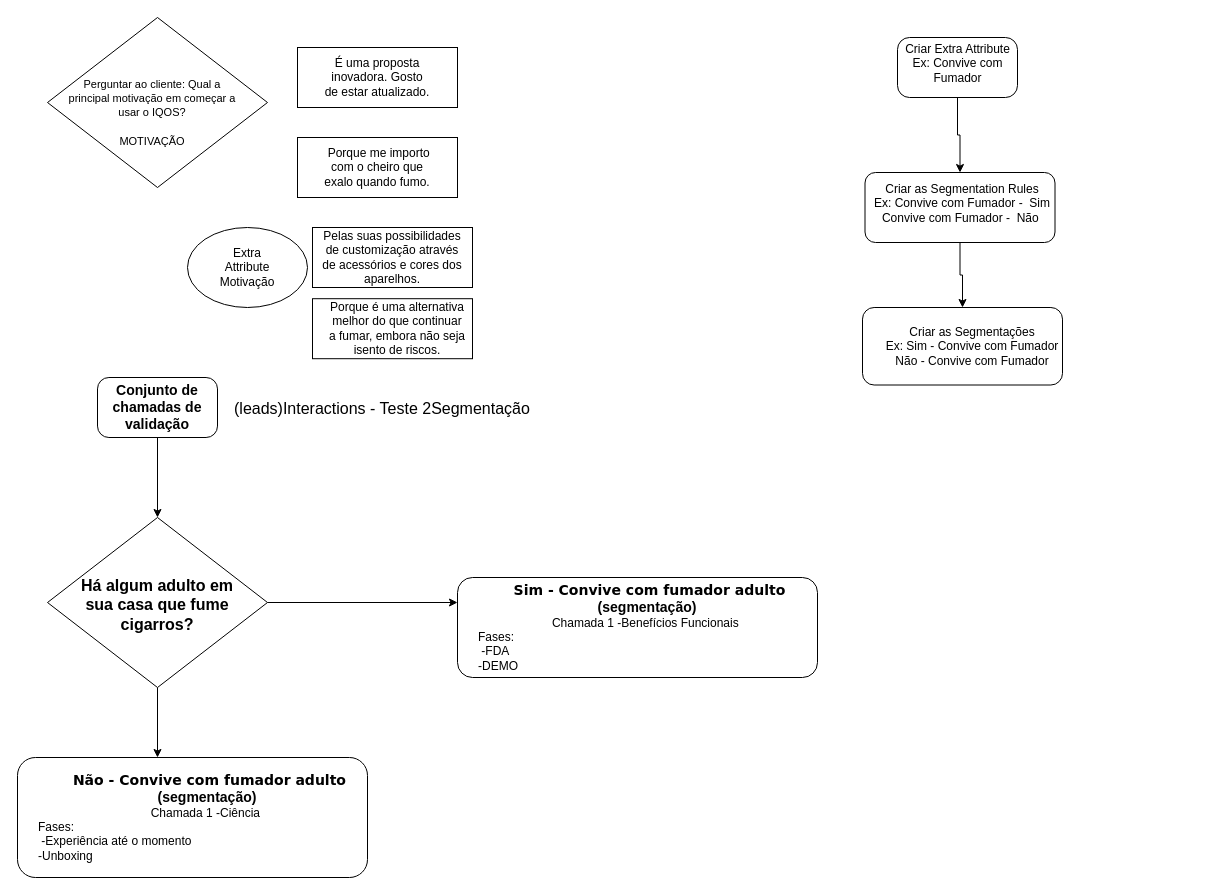
Earlier version of the draw.io diagram Untitled Diagram.drawio (hortencialves/gitparainiciantes). Source tidied: cells renumbered, new cells numbered last; positions are measured from the earlier drawing's top-left corner, leaving out a move shared by most shapes. Both pictures are drawn from the tidied source at 100%, with x=0, y=0 at pixel (17, 17).
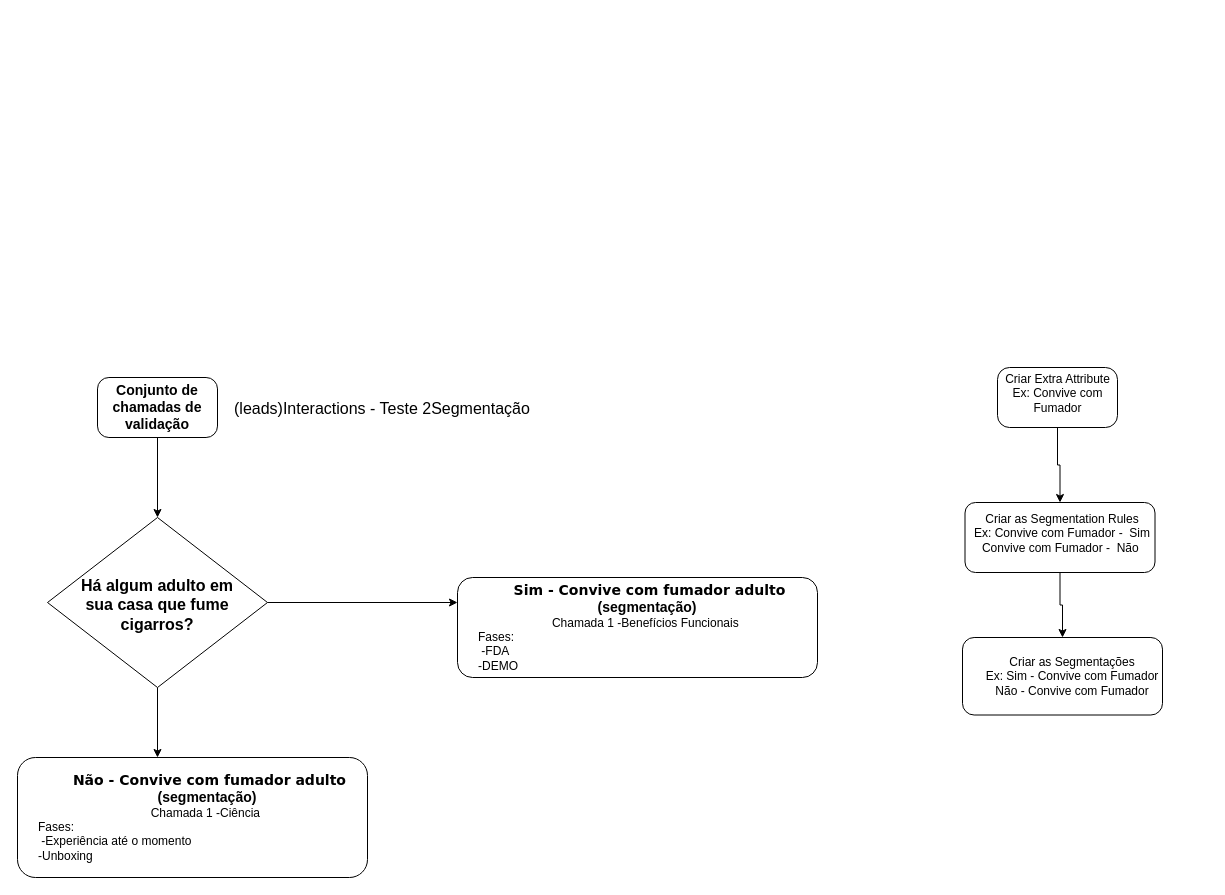
Above is the later version.

Change to the diagram source:
```diff
@@
-    <mxCell id="4" style="rounded=0;whiteSpace=wrap;html=1;" parent="1" vertex="1">
-      <mxGeometry x="295" y="281.2" width="160" height="60" as="geometry" />
-    </mxCell>
-    <mxCell id="5" style="rounded=0;whiteSpace=wrap;html=1;" parent="1" vertex="1">
-      <mxGeometry x="295" y="210" width="160" height="60" as="geometry" />
-    </mxCell>
-    <mxCell id="6" style="rounded=0;whiteSpace=wrap;html=1;" parent="1" vertex="1">
-      <mxGeometry x="280" y="120" width="160" height="60" as="geometry" />
-    </mxCell>
@@
     <mxCell id="8" style="rounded=1;whiteSpace=wrap;html=1;arcSize=20;" parent="1" vertex="1">
-      <mxGeometry x="880" y="20" width="120" height="60" as="geometry" />
+      <mxGeometry x="980" y="350" width="120" height="60" as="geometry" />
     </mxCell>
     <mxCell id="9" value="Criar Extra Attribute&lt;br&gt;Ex: Convive com Fumador" style="text;html=1;strokeColor=none;fillColor=none;align=center;verticalAlign=middle;whiteSpace=wrap;rounded=0;" parent="1" vertex="1">
-      <mxGeometry x="882.5" y="12.5" width="115" height="67.5" as="geometry" />
+      <mxGeometry x="982.5" y="342.5" width="115" height="67.5" as="geometry" />
     </mxCell>
@@
     <mxCell id="11" style="rounded=1;whiteSpace=wrap;html=1;" parent="1" vertex="1">
-      <mxGeometry x="847.5" y="155" width="190" height="70" as="geometry" />
+      <mxGeometry x="947.5" y="485" width="190" height="70" as="geometry" />
     </mxCell>
     <mxCell id="12" value="Criar as Segmentation Rules&lt;br&gt;Ex: Convive com Fumador -&amp;nbsp; Sim&lt;br&gt;Convive com Fumador -&amp;nbsp; Não&amp;nbsp;" style="text;html=1;strokeColor=none;fillColor=none;align=center;verticalAlign=middle;whiteSpace=wrap;rounded=0;" parent="1" vertex="1">
-      <mxGeometry x="800" y="155" width="290" height="62.5" as="geometry" />
+      <mxGeometry x="900" y="485" width="290" height="62.5" as="geometry" />
     </mxCell>
     <mxCell id="13" style="rounded=1;whiteSpace=wrap;html=1;" parent="1" vertex="1">
-      <mxGeometry x="845" y="290" width="200" height="77.5" as="geometry" />
+      <mxGeometry x="945" y="620" width="200" height="77.5" as="geometry" />
     </mxCell>
     <mxCell id="14" value="Criar as Segmentações&lt;br&gt;Ex: Sim - Convive com Fumador&lt;br&gt;Não - Convive com Fumador" style="text;html=1;strokeColor=none;fillColor=none;align=center;verticalAlign=middle;whiteSpace=wrap;rounded=0;" parent="1" vertex="1">
-      <mxGeometry x="845" y="301.2" width="220" height="55" as="geometry" />
+      <mxGeometry x="945" y="631.2" width="220" height="55" as="geometry" />
     </mxCell>
-    <mxCell id="15" style="rhombus;whiteSpace=wrap;html=1;" parent="1" vertex="1">
-      <mxGeometry x="30" width="220" height="170" as="geometry" />
-    </mxCell>
-    <mxCell id="16" value="&lt;span style=&quot;background-color: rgb(255 , 255 , 255)&quot;&gt;&lt;font style=&quot;font-size: 11px&quot;&gt;Perguntar ao cliente: Qual a principal motivação em começar a usar o IQOS?&lt;br&gt;&lt;br&gt;MOTIVAÇÃO&lt;br&gt;&lt;/font&gt;&lt;/span&gt;" style="text;html=1;strokeColor=none;fillColor=none;align=center;verticalAlign=middle;whiteSpace=wrap;rounded=0;" parent="1" vertex="1">
-      <mxGeometry x="50" y="90" width="170" height="10" as="geometry" />
-    </mxCell>
-    <mxCell id="17" style="rounded=0;whiteSpace=wrap;html=1;" parent="1" vertex="1">
-      <mxGeometry x="280" y="30" width="160" height="60" as="geometry" />
-    </mxCell>
-    <mxCell id="18" value="É uma proposta inovadora. Gosto de estar atualizado." style="text;html=1;strokeColor=none;fillColor=none;align=center;verticalAlign=middle;whiteSpace=wrap;rounded=0;" parent="1" vertex="1">
-      <mxGeometry x="305" y="50" width="110" height="20" as="geometry" />
-    </mxCell>
-    <mxCell id="19" value="Pelas suas possibilidades de customização através de acessórios e cores dos aparelhos." style="text;html=1;strokeColor=none;fillColor=none;align=center;verticalAlign=middle;whiteSpace=wrap;rounded=0;" parent="1" vertex="1">
-      <mxGeometry x="300" y="230" width="150" height="20" as="geometry" />
-    </mxCell>
-    <mxCell id="20" value="&amp;nbsp;Porque me importo com o cheiro que exalo quando fumo." style="text;html=1;strokeColor=none;fillColor=none;align=center;verticalAlign=middle;whiteSpace=wrap;rounded=0;" parent="1" vertex="1">
-      <mxGeometry x="300" y="140" width="120" height="20" as="geometry" />
-    </mxCell>
-    <mxCell id="21" value="Porque é uma alternativa melhor do que continuar a fumar, embora não seja isento de riscos." style="text;html=1;strokeColor=none;fillColor=none;align=center;verticalAlign=middle;whiteSpace=wrap;rounded=0;" parent="1" vertex="1">
-      <mxGeometry x="310" y="301.2" width="140" height="20" as="geometry" />
-    </mxCell>
-    <mxCell id="22" style="ellipse;whiteSpace=wrap;html=1;" parent="1" vertex="1">
-      <mxGeometry x="170" y="210" width="120" height="80" as="geometry" />
-    </mxCell>
-    <mxCell id="23" value="Extra Attribute Motivação" style="text;html=1;strokeColor=none;fillColor=none;align=center;verticalAlign=middle;whiteSpace=wrap;rounded=0;" parent="1" vertex="1">
-      <mxGeometry x="210" y="240" width="40" height="20" as="geometry" />
-    </mxCell>
```
